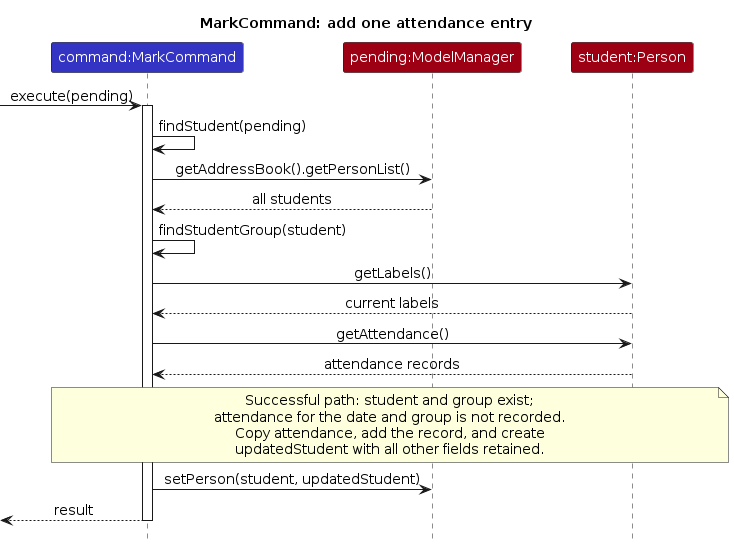
Above: diagrams/MarkSequenceDiagram.png in AY2627S1-CS2103T-F12-1/tp (PlantUML), before the change. Its source is kept beside it as diagrams/MarkSequenceDiagram.puml. The source it was exported from:
```plantuml
@startuml
!include style.puml
skinparam ArrowFontStyle plain

title MarkCommand: add one attendance entry
participant "command:MarkCommand" as Command LOGIC_COLOR
participant "pending:ModelManager" as Model MODEL_COLOR
participant "student:Person" as Student MODEL_COLOR
[-> Command : execute(pending)
activate Command
Command -> Command : findStudent(pending)
Command -> Model : getAddressBook().getPersonList()
Model --> Command : all students
Command -> Command : findStudentGroup(student)
Command -> Student : getLabels()
Student --> Command : current labels
Command -> Student : getAttendance()
Student --> Command : attendance records
note over Command, Student
Successful path: student and group exist;
attendance for the date and group is not recorded.
Copy attendance, add the record, and create
updatedStudent with all other fields retained.
end note
Command -> Model : setPerson(student, updatedStudent)
[<-- Command : result
deactivate Command
@enduml
```
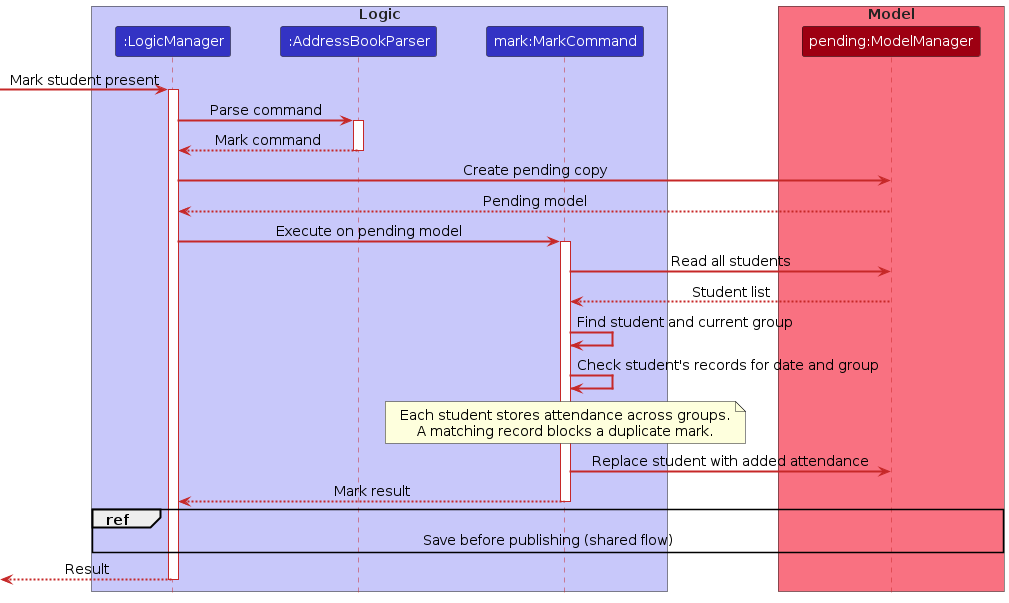
After the change.

What changed in the source:
```diff
@@ -1,28 +1,39 @@
 @startuml
 !include style.puml
 skinparam ArrowFontStyle plain
-
-title MarkCommand: add one attendance entry
-participant "command:MarkCommand" as Command LOGIC_COLOR
-participant "pending:ModelManager" as Model MODEL_COLOR
-participant "student:Person" as Student MODEL_COLOR
-[-> Command : execute(pending)
+skinparam ArrowColor #C62828
+skinparam SequenceLifeLineBorderColor #C62828
+skinparam ArrowThickness 2title Mark a student's attendance
+box "Logic" #C8C8FA
+participant ":LogicManager" as Logic LOGIC_COLOR
+participant ":AddressBookParser" as Parser LOGIC_COLOR
+participant "mark:MarkCommand" as Command LOGIC_COLOR
+end box
+box "Model" #F97181
+participant "pending:ModelManager" as Pending MODEL_COLOR
+end box
+[-> Logic : Mark student present
+activate Logic
+Logic -> Parser : Parse command
+activate Parser
+Parser --> Logic : Mark command
+deactivate Parser
+Logic -> Pending : Create pending copy
+Pending --> Logic : Pending model
+Logic -> Command : Execute on pending model
 activate Command
-Command -> Command : findStudent(pending)
-Command -> Model : getAddressBook().getPersonList()
-Model --> Command : all students
-Command -> Command : findStudentGroup(student)
-Command -> Student : getLabels()
-Student --> Command : current labels
-Command -> Student : getAttendance()
-Student --> Command : attendance records
-note over Command, Student
-Successful path: student and group exist;
-attendance for the date and group is not recorded.
-Copy attendance, add the record, and create
-updatedStudent with all other fields retained.
+Command -> Pending : Read all students
+Pending --> Command : Student list
+Command -> Command : Find student and current group
+Command -> Command : Check student's records for date and group
+note over Command
+Each student stores attendance across groups.
+A matching record blocks a duplicate mark.
 end note
-Command -> Model : setPerson(student, updatedStudent)
-[<-- Command : result
+Command -> Pending : Replace student with added attendance
+Command --> Logic : Mark result
 deactivate Command
+ref over Logic, Pending : Save before publishing (shared flow)
+[<-- Logic : Result
+deactivate Logic
 @enduml
```
